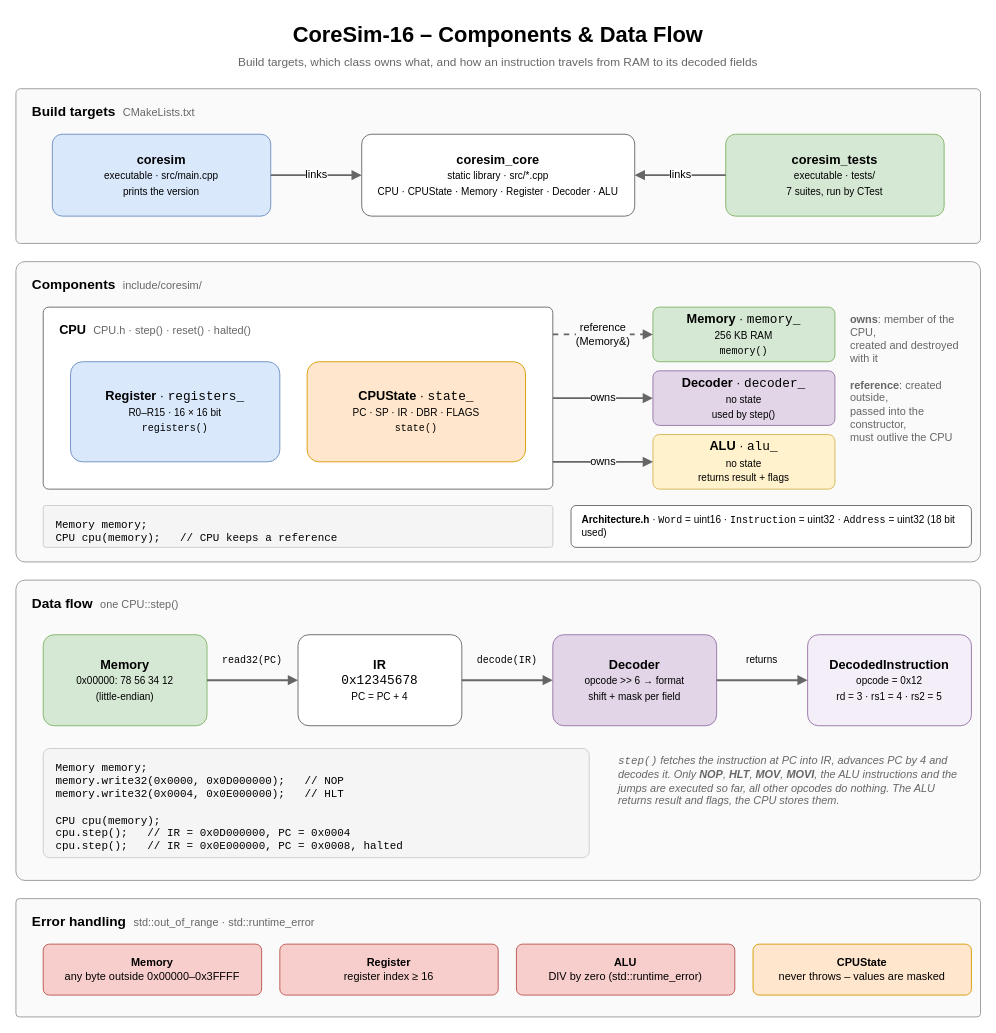
kpolet2010-hue/CoreSim keeps this draw.io diagram as diagrams/data-flow.drawio. Above is the earlier version. Source tidied: cells renumbered, new cells numbered last; positions are measured from the earlier drawing's top-left corner, leaving out a move shared by most shapes. Both pictures are drawn from the tidied source at 91%, with x=0, y=0 at pixel (15, 15).
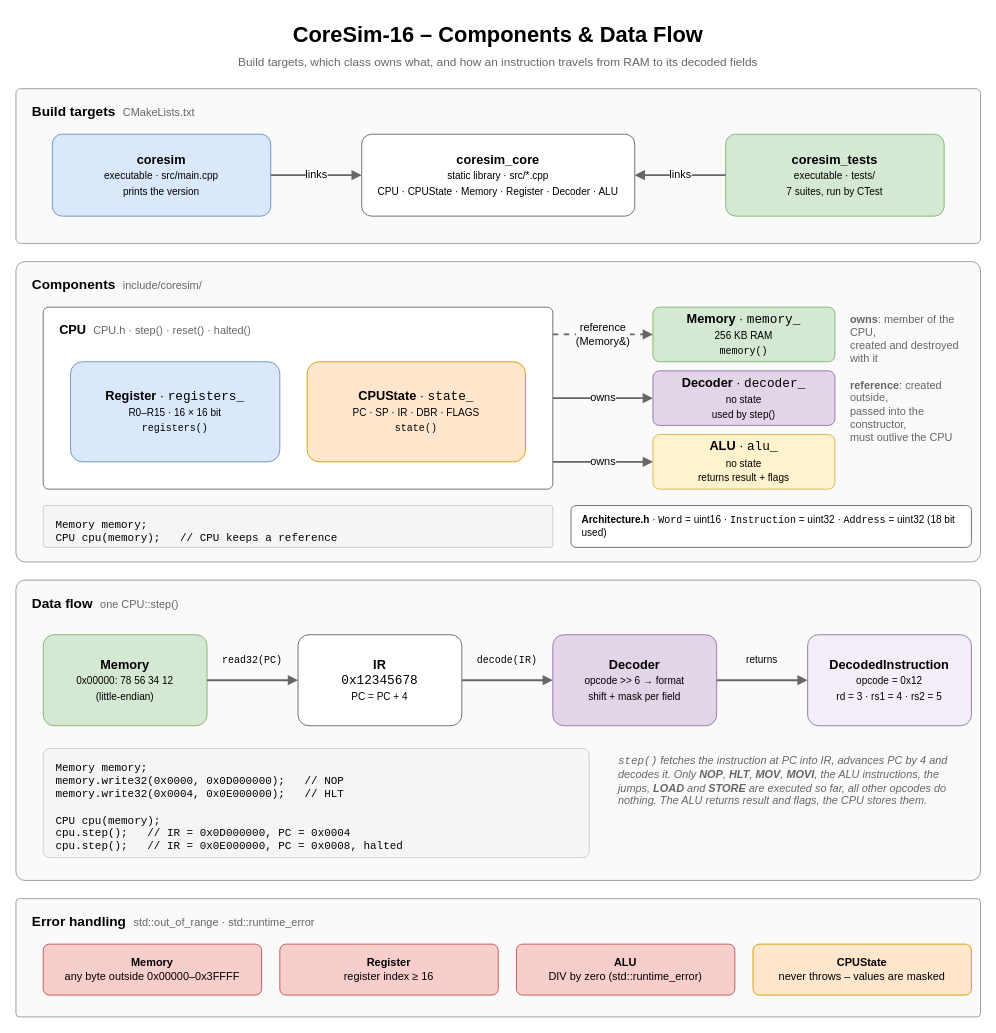
The same diagram, later.

Commit message (it also covers changes not shown here):
docs: document read16, write16, LOAD and STORE

Change to the diagram source:
```diff
@@
-    <mxCell id="35" value="&lt;i&gt;&lt;code&gt;step()&lt;/code&gt; fetches the instruction at PC into IR, advances PC by 4 and decodes it. Only &lt;b&gt;NOP&lt;/b&gt;, &lt;b&gt;HLT&lt;/b&gt;, &lt;b&gt;MOV&lt;/b&gt;, &lt;b&gt;MOVI&lt;/b&gt;, the ALU instructions and the jumps are executed so far, all other opcodes do nothing. The ALU returns result and flags, the CPU stores them.&lt;/i&gt;" style="text;html=1;strokeColor=none;fillColor=none;whiteSpace=wrap;fontFamily=Helvetica;fontSize=12;fontColor=#666666;align=left;" parent="1" vertex="1">
+    <mxCell id="35" value="&lt;i&gt;&lt;code&gt;step()&lt;/code&gt; fetches the instruction at PC into IR, advances PC by 4 and decodes it. Only &lt;b&gt;NOP&lt;/b&gt;, &lt;b&gt;HLT&lt;/b&gt;, &lt;b&gt;MOV&lt;/b&gt;, &lt;b&gt;MOVI&lt;/b&gt;, the ALU instructions, the jumps, &lt;b&gt;LOAD&lt;/b&gt; and &lt;b&gt;STORE&lt;/b&gt; are executed so far, all other opcodes do nothing. The ALU returns result and flags, the CPU stores them.&lt;/i&gt;" style="text;html=1;strokeColor=none;fillColor=none;whiteSpace=wrap;fontFamily=Helvetica;fontSize=12;fontColor=#666666;align=left;" parent="1" vertex="1">
       <mxGeometry x="660" y="805" width="380" height="90" as="geometry" />
     </mxCell>
```
